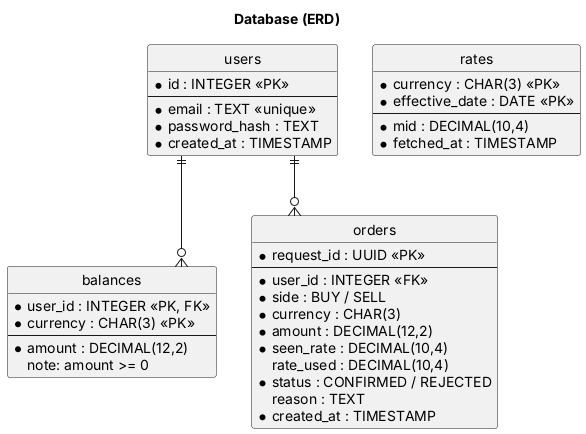
The PlantUML diagram docs/diagrams/erd.png in olezhakashz/currency-exchange, before a commit. The source it was exported from:
```plantuml
@startuml erd
skinparam monochrome true
skinparam shadowing false
hide circle
skinparam linetype ortho
title Database (ERD)

entity "users" as users {
  *id : INTEGER <<PK>>
  --
  *email : TEXT <<unique>>
  *password_hash : TEXT
  *created_at : TIMESTAMP
}

entity "balances" as balances {
  *user_id : INTEGER <<PK, FK>>
  *currency : CHAR(3) <<PK>>
  --
  *amount : DECIMAL(12,2)
  note: amount >= 0
}

entity "orders" as orders {
  *request_id : UUID <<PK>>
  --
  *user_id : INTEGER <<FK>>
  *side : BUY / SELL
  *currency : CHAR(3)
  *amount : DECIMAL(12,2)
  *seen_rate : DECIMAL(10,4)
  rate_used : DECIMAL(10,4)
  *status : CONFIRMED / REJECTED
  reason : TEXT
  *created_at : TIMESTAMP
}

entity "rates" as rates {
  *currency : CHAR(3) <<PK>>
  *effective_date : DATE <<PK>>
  --
  *mid : DECIMAL(10,4)
  *fetched_at : TIMESTAMP
}

users ||--o{ balances
users ||--o{ orders
@enduml
```
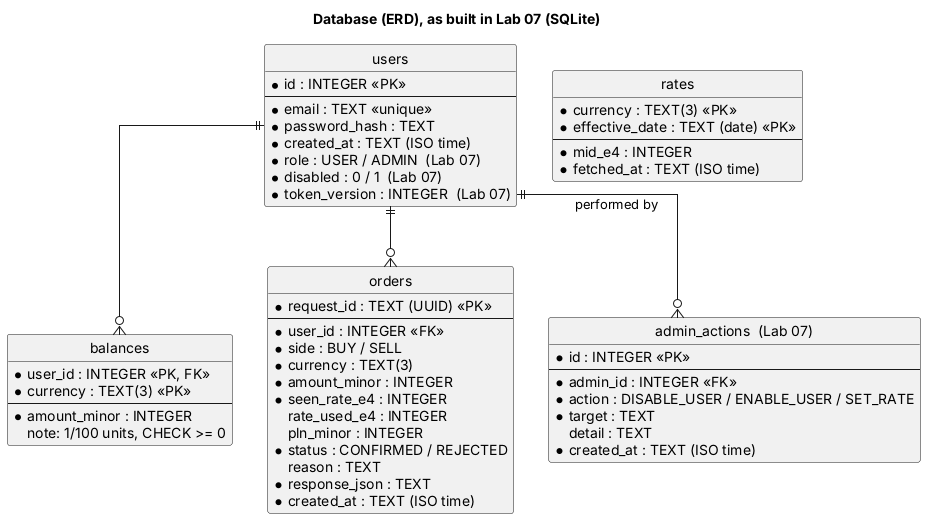
The same diagram one commit later.

What changed in the source:
```diff
@@ -3,46 +3,62 @@
 skinparam shadowing false
 hide circle
 skinparam linetype ortho
-title Database (ERD)
+title Database (ERD), as built in Lab 07 (SQLite)
 
 entity "users" as users {
   *id : INTEGER <<PK>>
   --
   *email : TEXT <<unique>>
   *password_hash : TEXT
-  *created_at : TIMESTAMP
+  *created_at : TEXT (ISO time)
+  *role : USER / ADMIN  (Lab 07)
+  *disabled : 0 / 1  (Lab 07)
+  *token_version : INTEGER  (Lab 07)
 }
 
 entity "balances" as balances {
   *user_id : INTEGER <<PK, FK>>
-  *currency : CHAR(3) <<PK>>
+  *currency : TEXT(3) <<PK>>
   --
-  *amount : DECIMAL(12,2)
-  note: amount >= 0
+  *amount_minor : INTEGER
+  note: 1/100 units, CHECK >= 0
 }
 
 entity "orders" as orders {
-  *request_id : UUID <<PK>>
+  *request_id : TEXT (UUID) <<PK>>
   --
   *user_id : INTEGER <<FK>>
   *side : BUY / SELL
-  *currency : CHAR(3)
-  *amount : DECIMAL(12,2)
-  *seen_rate : DECIMAL(10,4)
-  rate_used : DECIMAL(10,4)
+  *currency : TEXT(3)
+  *amount_minor : INTEGER
+  *seen_rate_e4 : INTEGER
+  rate_used_e4 : INTEGER
+  pln_minor : INTEGER
   *status : CONFIRMED / REJECTED
   reason : TEXT
-  *created_at : TIMESTAMP
+  *response_json : TEXT
+  *created_at : TEXT (ISO time)
 }
 
 entity "rates" as rates {
-  *currency : CHAR(3) <<PK>>
-  *effective_date : DATE <<PK>>
+  *currency : TEXT(3) <<PK>>
+  *effective_date : TEXT (date) <<PK>>
   --
-  *mid : DECIMAL(10,4)
-  *fetched_at : TIMESTAMP
+  *mid_e4 : INTEGER
+  *fetched_at : TEXT (ISO time)
+}
+
+entity "admin_actions  (Lab 07)" as admin_actions {
+  *id : INTEGER <<PK>>
+  --
+  *admin_id : INTEGER <<FK>>
+  *action : DISABLE_USER / ENABLE_USER / SET_RATE
+  *target : TEXT
+  detail : TEXT
+  *created_at : TEXT (ISO time)
 }
 
 users ||--o{ balances
 users ||--o{ orders
+users ||--o{ admin_actions : performed by
 @enduml
```
